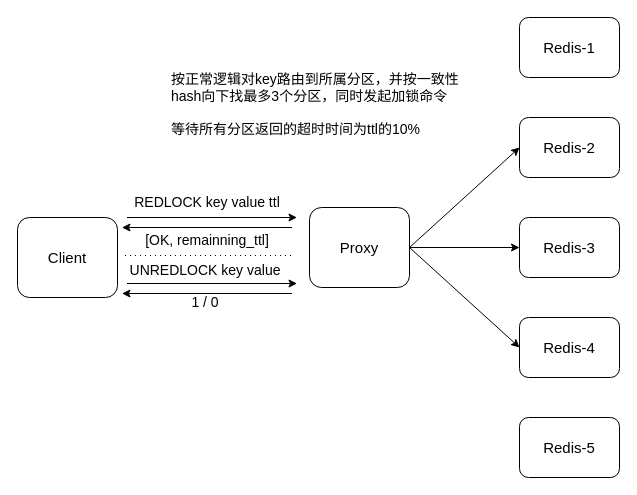
Before: page "Page-2" (2 of 2) of Untitled Diagram.drawio in jjz921024/Drawing, a draw.io diagram. Source tidied: cells renumbered, new cells numbered last; positions are measured from the earlier drawing's top-left corner, leaving out a move shared by most shapes. Both pictures are drawn from the tidied source at 100%, with x=0, y=0 at pixel (17, 17).
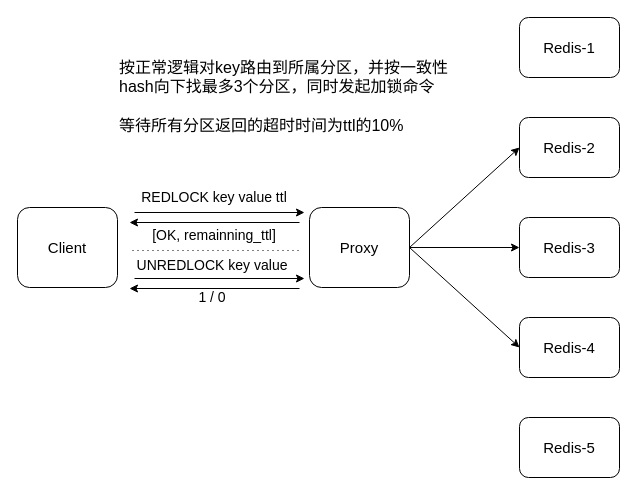
The same page after the edit.

The edit, as a diff of the source:
```diff
@@
-    <mxCell id="8" value="&lt;div style=&quot;font-size: 14px&quot;&gt;按正常逻辑对key路由到所属分区，并按一致性hash向下找最多3个分区，同时发起加锁命令&lt;/div&gt;&lt;div style=&quot;font-size: 14px&quot;&gt;&lt;br&gt;&lt;/div&gt;&lt;div style=&quot;font-size: 14px&quot;&gt;等待所有分区返回的超时时间为ttl的10%&lt;/div&gt;" style="text;html=1;strokeColor=none;fillColor=none;align=left;verticalAlign=middle;whiteSpace=wrap;rounded=0;fontSize=15;" parent="1" vertex="1">
-      <mxGeometry x="152" y="32" width="300" height="110" as="geometry" />
+    <mxCell id="8" value="&lt;div style=&quot;font-size: 16px&quot;&gt;&lt;font style=&quot;font-size: 16px&quot;&gt;按正常逻辑对key路由到所属分区，并按一致性hash向下找最多3个分区，同时发起加锁命令&lt;/font&gt;&lt;/div&gt;&lt;div style=&quot;font-size: 16px&quot;&gt;&lt;font style=&quot;font-size: 16px&quot;&gt;&lt;br&gt;&lt;/font&gt;&lt;/div&gt;&lt;div style=&quot;font-size: 16px&quot;&gt;&lt;font style=&quot;font-size: 16px&quot;&gt;等待所有分区返回的超时时间为ttl的10%&lt;/font&gt;&lt;/div&gt;" style="text;html=1;strokeColor=none;fillColor=none;align=left;verticalAlign=middle;whiteSpace=wrap;rounded=0;fontSize=15;" parent="1" vertex="1">
+      <mxGeometry x="100" y="24" width="360" height="110" as="geometry" />
     </mxCell>
@@
     <mxCell id="10" value="&lt;font style=&quot;font-size: 15px&quot;&gt;Client&lt;/font&gt;" style="rounded=1;whiteSpace=wrap;html=1;" parent="1" vertex="1">
-      <mxGeometry y="200" width="100" height="80" as="geometry" />
+      <mxGeometry y="190" width="100" height="80" as="geometry" />
     </mxCell>
     <mxCell id="11" value="REDLOCK key value ttl" style="text;html=1;strokeColor=none;fillColor=none;align=center;verticalAlign=middle;whiteSpace=wrap;rounded=0;fontSize=14;" parent="1" vertex="1">
-      <mxGeometry x="104.5" y="170" width="170" height="30" as="geometry" />
+      <mxGeometry x="112" y="165" width="170" height="30" as="geometry" />
     </mxCell>
     <mxCell id="12" value="UNREDLOCK key value" style="text;html=1;strokeColor=none;fillColor=none;align=center;verticalAlign=middle;whiteSpace=wrap;rounded=0;fontSize=14;" parent="1" vertex="1">
-      <mxGeometry x="107.5" y="238" width="160" height="30" as="geometry" />
+      <mxGeometry x="115" y="233" width="160" height="30" as="geometry" />
     </mxCell>
@@
     <mxCell id="15" style="endArrow=classic;html=1;rounded=0;fontSize=14;" parent="1" edge="1">
       <mxGeometry relative="1" as="geometry">
-        <mxPoint x="109.5" y="200" as="sourcePoint" />
-        <mxPoint x="279.5" y="200" as="targetPoint" />
+        <mxPoint x="117" y="195" as="sourcePoint" />
+        <mxPoint x="287" y="195" as="targetPoint" />
       </mxGeometry>
     </mxCell>
     <mxCell id="16" style="endArrow=none;html=1;rounded=0;fontSize=14;startArrow=classic;startFill=1;endFill=0;" parent="1" edge="1">
       <mxGeometry relative="1" as="geometry">
-        <mxPoint x="104.5" y="210" as="sourcePoint" />
-        <mxPoint x="274.5" y="210" as="targetPoint" />
+        <mxPoint x="112" y="205" as="sourcePoint" />
+        <mxPoint x="282" y="205" as="targetPoint" />
       </mxGeometry>
     </mxCell>
     <mxCell id="17" value="[OK, remainning_ttl]" style="text;html=1;strokeColor=none;fillColor=none;align=center;verticalAlign=middle;whiteSpace=wrap;rounded=0;fontSize=14;" parent="1" vertex="1">
-      <mxGeometry x="104.5" y="208" width="170" height="30" as="geometry" />
+      <mxGeometry x="112" y="203" width="170" height="30" as="geometry" />
     </mxCell>
     <mxCell id="18" style="endArrow=classic;html=1;rounded=0;fontSize=14;" parent="1" edge="1">
       <mxGeometry relative="1" as="geometry">
-        <mxPoint x="109.5" y="266" as="sourcePoint" />
-        <mxPoint x="279.5" y="266" as="targetPoint" />
+        <mxPoint x="117" y="261" as="sourcePoint" />
+        <mxPoint x="287" y="261" as="targetPoint" />
       </mxGeometry>
     </mxCell>
     <mxCell id="19" style="endArrow=none;html=1;rounded=0;fontSize=14;startArrow=classic;startFill=1;endFill=0;" parent="1" edge="1">
       <mxGeometry relative="1" as="geometry">
-        <mxPoint x="104.5" y="276" as="sourcePoint" />
-        <mxPoint x="274.5" y="276" as="targetPoint" />
+        <mxPoint x="112" y="271" as="sourcePoint" />
+        <mxPoint x="282" y="271" as="targetPoint" />
       </mxGeometry>
     </mxCell>
     <mxCell id="20" value="1 / 0" style="text;html=1;strokeColor=none;fillColor=none;align=center;verticalAlign=middle;whiteSpace=wrap;rounded=0;fontSize=14;" parent="1" vertex="1">
-      <mxGeometry x="165.5" y="270" width="44" height="30" as="geometry" />
+      <mxGeometry x="173" y="265" width="44" height="30" as="geometry" />
     </mxCell>
     <mxCell id="21" style="endArrow=none;dashed=1;html=1;strokeWidth=1;rounded=0;fontSize=14;dashPattern=1 4;" parent="1" edge="1">
       <mxGeometry relative="1" as="geometry">
-        <mxPoint x="107.5" y="238" as="sourcePoint" />
-        <mxPoint x="275.5" y="238" as="targetPoint" />
+        <mxPoint x="115" y="233" as="sourcePoint" />
+        <mxPoint x="283" y="233" as="targetPoint" />
       </mxGeometry>
     </mxCell>
```
